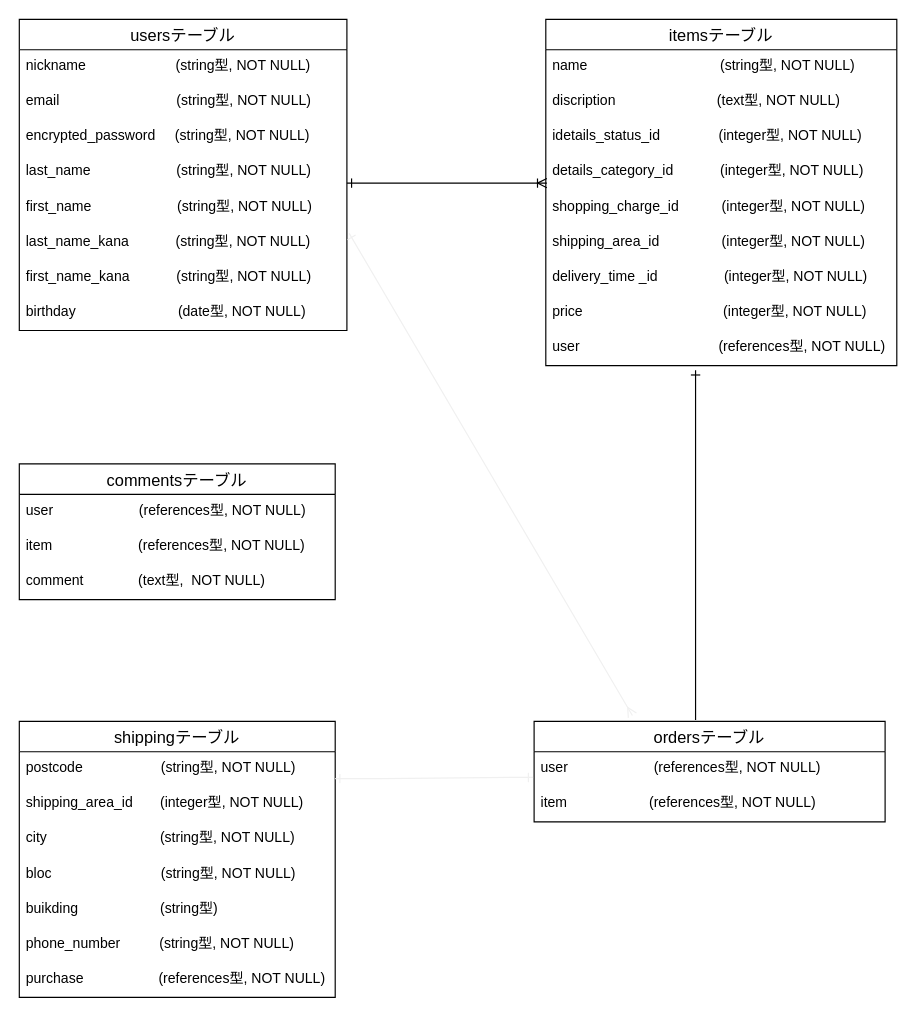
Before: furima.dio in ayaishi1213/furima-35244, a draw.io diagram. Source tidied: cells renumbered, new cells numbered last; positions are measured from the earlier drawing's top-left corner, leaving out a move shared by most shapes. Both pictures are drawn from the tidied source at 117%, with x=0, y=0 at pixel (19, 19).
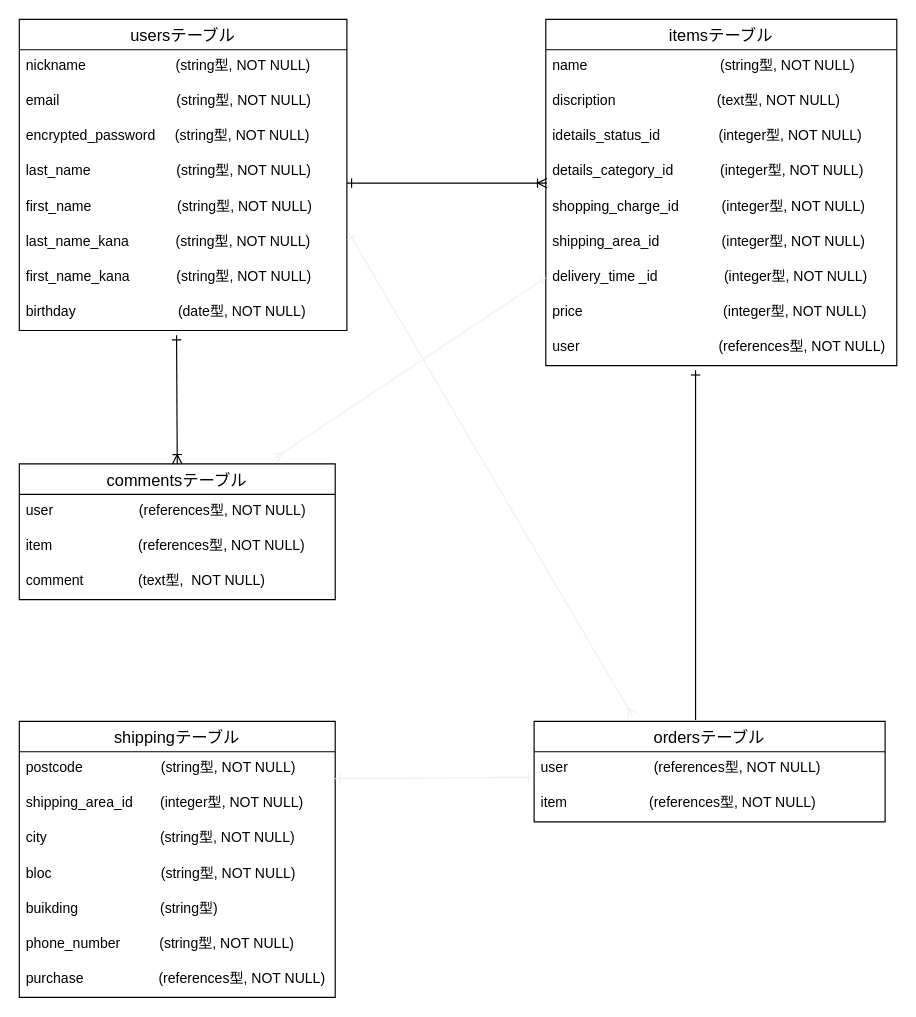
The same diagram, later.

The change refers to these unchanged cells:
```xml
<mxCell id="9" value="delivery_time _id                 (integer型, NOT NULL)" style="text;strokeColor=none;fillColor=none;spacingLeft=4;spacingRight=4;overflow=hidden;points=[[0,0.5],[1,0.5]];portConstraint=eastwest;fontSize=12;" parent="2" vertex="1">
  <mxGeometry y="206" width="300" height="30" as="geometry" />
</mxCell>
<mxCell id="36" value="commentsテーブル" style="swimlane;fontStyle=0;horizontal=1;startSize=26;align=center;fontSize=14;" parent="1" vertex="1">
  <mxGeometry y="380" width="270" height="116" as="geometry" />
</mxCell>
```

Change to the diagram source:
```diff
@@
+    <mxCell id="40" style="edgeStyle=none;rounded=0;jettySize=auto;html=1;sourcePerimeterSpacing=-15;targetPerimeterSpacing=12;endArrow=ERone;endFill=0;exitX=0.5;exitY=0;exitDx=0;exitDy=0;startArrow=ERoneToMany;startFill=0;" parent="1" edge="1" source="36">
+      <mxGeometry relative="1" as="geometry">
+        <mxPoint x="134.4" y="270" as="targetPoint" />
+      </mxGeometry>
+    </mxCell>
+    <mxCell id="41" style="edgeStyle=none;rounded=0;jettySize=auto;html=1;exitX=0;exitY=0.5;exitDx=0;exitDy=0;startArrow=ERone;startFill=0;sourcePerimeterSpacing=-15;endArrow=ERmany;endFill=0;targetPerimeterSpacing=12;strokeColor=#f0f0f0;entryX=0.808;entryY=-0.041;entryDx=0;entryDy=0;entryPerimeter=0;" parent="1" edge="1" source="9" target="36">
+      <mxGeometry relative="1" as="geometry" />
+    </mxCell>
```
